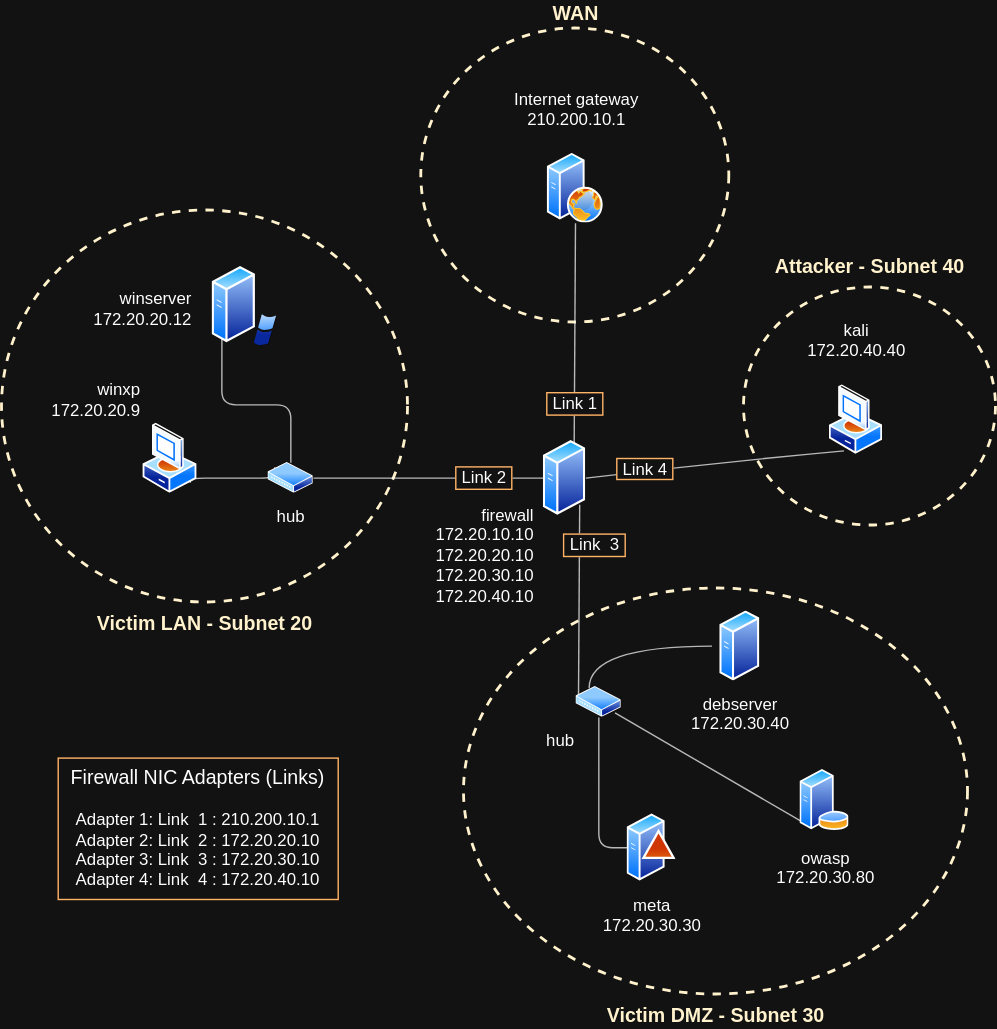
Before: Illustrations/CyberLab Overview Dark.drawio.svg, a diagram exported from draw.io (TryHackMeNow/CyberLab). Source tidied: cells renumbered, new cells last; positions are measured from the earlier drawing's top-left corner, leaving out a move shared by most shapes.
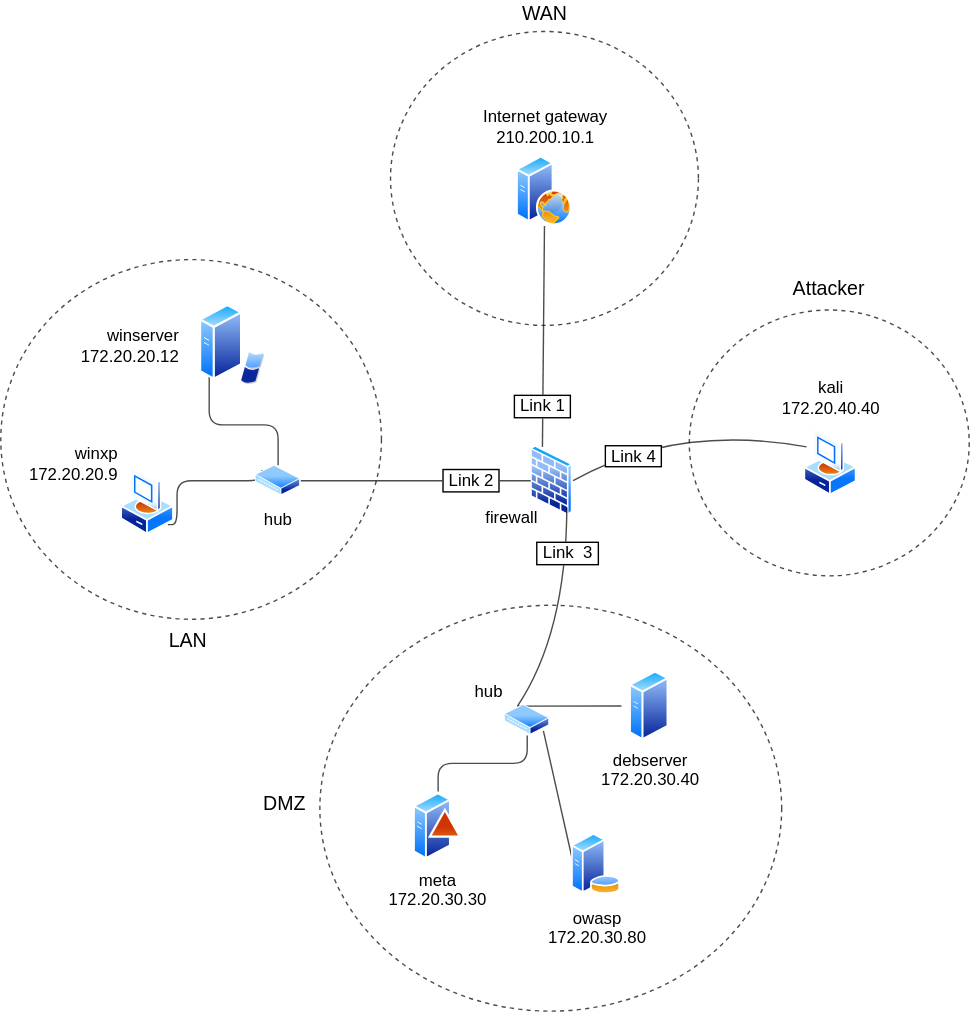
The same diagram one commit later.

Change to the diagram source:
```diff
@@ -2,90 +2,92 @@
   <root>
     <mxCell id="0" />
     <mxCell id="1" parent="0" />
-    <mxCell id="2" value="Attacker - Subnet 40" style="ellipse;whiteSpace=wrap;html=1;fillColor=none;strokeWidth=2;labelPosition=center;verticalLabelPosition=top;align=center;verticalAlign=bottom;fontSize=14;fontStyle=1;dashed=1;strokeColor=light-dark(#000000,#FFF2CC);fontColor=light-dark(#000000,#FFF2CC);spacingTop=-1;spacingBottom=4;" parent="1" vertex="1">
-      <mxGeometry x="530" y="185" width="180" height="170" as="geometry" />
+    <mxCell id="2" value="Attacker" style="ellipse;whiteSpace=wrap;html=1;fillColor=none;strokeWidth=1;labelPosition=center;verticalLabelPosition=top;align=center;verticalAlign=bottom;fontSize=14;fontStyle=0;dashed=1;strokeColor=light-dark(#000000,#FFF2CC);fontColor=light-dark(#000000,#FFF2CC);spacingTop=-1;spacingBottom=4;opacity=70;" parent="1" vertex="1">
+      <mxGeometry x="580" y="199" width="200" height="190" as="geometry" />
     </mxCell>
-    <mxCell id="3" value="WAN" style="ellipse;whiteSpace=wrap;html=1;fillColor=none;strokeWidth=2;labelPosition=center;verticalLabelPosition=top;align=center;verticalAlign=bottom;fontSize=14;fontStyle=1;dashed=1;strokeColor=light-dark(#000000,#FFF2CC);fontColor=light-dark(#000000,#FFF2CC);" parent="1" vertex="1">
-      <mxGeometry x="299.5" width="220" height="210" as="geometry" />
+    <mxCell id="3" value="WAN" style="ellipse;whiteSpace=wrap;html=1;fillColor=none;strokeWidth=1;labelPosition=center;verticalLabelPosition=top;align=center;verticalAlign=bottom;fontSize=14;fontStyle=0;dashed=1;strokeColor=light-dark(#000000,#FFF2CC);fontColor=light-dark(#000000,#FFF2CC);opacity=70;spacingBottom=2;" parent="1" vertex="1">
+      <mxGeometry x="366.5" width="220" height="210" as="geometry" />
     </mxCell>
-    <mxCell id="4" value="Victim DMZ - Subnet 30" style="ellipse;whiteSpace=wrap;html=1;fillColor=none;strokeWidth=2;labelPosition=center;verticalLabelPosition=bottom;align=center;verticalAlign=top;fontSize=14;fontStyle=1;dashed=1;strokeColor=light-dark(#000000,#FFF2CC);fontColor=light-dark(#000000,#FFF2CC);labelBorderColor=none;spacingTop=0;spacingBottom=7;" parent="1" vertex="1">
-      <mxGeometry x="330" y="400" width="360" height="290" as="geometry" />
+    <mxCell id="4" value="DMZ&amp;nbsp;&amp;nbsp;" style="ellipse;whiteSpace=wrap;html=1;fillColor=none;strokeWidth=1;labelPosition=left;verticalLabelPosition=middle;align=right;verticalAlign=middle;fontSize=14;fontStyle=0;dashed=1;strokeColor=light-dark(#000000,#FFF2CC);fontColor=light-dark(#000000,#FFF2CC);labelBorderColor=none;spacingTop=0;spacingBottom=7;spacing=2;opacity=70;" parent="1" vertex="1">
+      <mxGeometry x="316" y="410" width="330" height="290" as="geometry" />
     </mxCell>
-    <mxCell id="5" value="Victim LAN - Subnet 20" style="ellipse;whiteSpace=wrap;html=1;fillColor=none;strokeWidth=2;labelPosition=center;verticalLabelPosition=bottom;align=center;verticalAlign=top;fontSize=14;fontStyle=1;dashed=1;strokeColor=light-dark(#000000,#FFF2CC);fontColor=light-dark(#000000,#FFF2CC);" parent="1" vertex="1">
-      <mxGeometry y="130" width="290" height="280" as="geometry" />
+    <mxCell id="5" value="LAN&amp;nbsp;" style="ellipse;whiteSpace=wrap;html=1;fillColor=none;strokeWidth=1;labelPosition=center;verticalLabelPosition=bottom;align=center;verticalAlign=top;fontSize=14;fontStyle=0;dashed=1;strokeColor=light-dark(#000000,#FFF2CC);fontColor=light-dark(#000000,#FFF2CC);opacity=70;" parent="1" vertex="1">
+      <mxGeometry x="88" y="163" width="272" height="257" as="geometry" />
     </mxCell>
-    <mxCell id="6" value="Internet gateway&lt;div&gt;210.200.10.1&lt;br&gt;&lt;br&gt;&lt;/div&gt;" style="html=1;align=center;shadow=0;dashed=0;spacingTop=3;image=img/lib/active_directory/web_server.svg;labelPosition=center;verticalLabelPosition=top;verticalAlign=bottom;labelBackgroundColor=none;fontColor=light-dark(#000000,#FFFFFF);fontSize=12;shape=image;perimeter=ellipsePerimeter;" parent="1" vertex="1">
-      <mxGeometry x="370" y="89.2" width="79" height="49.8" as="geometry" />
+    <mxCell id="6" value="Internet gateway&lt;div&gt;210.200.10.1&lt;br&gt;&lt;/div&gt;" style="html=1;align=center;shadow=0;dashed=0;spacingTop=0;image=img/lib/active_directory/web_server.svg;labelPosition=center;verticalLabelPosition=top;verticalAlign=bottom;labelBackgroundColor=none;fontColor=light-dark(#000000,#FFFFFF);fontSize=12;shape=image;perimeter=ellipsePerimeter;spacingBottom=4;" parent="1" vertex="1">
+      <mxGeometry x="437" y="89.2" width="79" height="49.8" as="geometry" />
     </mxCell>
-    <mxCell id="7" value="&amp;nbsp;Link 1&amp;nbsp;" style="rounded=0;jettySize=auto;html=1;exitX=0.75;exitY=0;exitDx=0;exitDy=0;endArrow=none;endFill=0;curved=1;opacity=70;fontSize=12;labelBorderColor=light-dark(#000000,#FFB366);spacingLeft=-1;sourcePerimeterSpacing=0;startSize=6;spacingTop=100;entryX=0.5;entryY=1;entryDx=0;entryDy=0;" parent="1" edge="1" source="8" target="6">
+    <mxCell id="7" value="&lt;span&gt;&amp;nbsp;Link 1&amp;nbsp;&lt;/span&gt;" style="rounded=0;jettySize=auto;html=1;exitX=0.25;exitY=0;exitDx=0;exitDy=0;endArrow=none;endFill=0;curved=1;opacity=70;fontSize=12;labelBorderColor=light-dark(#000000,#FFB366);spacingLeft=-1;sourcePerimeterSpacing=0;startSize=6;spacingTop=100;entryX=0.5;entryY=1;entryDx=0;entryDy=0;" parent="1" edge="1" source="8" target="6">
       <mxGeometry relative="1" as="geometry" />
     </mxCell>
-    <mxCell id="8" value="firewall&lt;div&gt;172.20.10.10&lt;br&gt;172.20.20.10&lt;br&gt;172.20.30.10&lt;br&gt;172.20.40.10&lt;/div&gt;" style="image;perimeter=ellipsePerimeter;html=1;align=right;shadow=0;dashed=0;spacingTop=-10;image=img/lib/active_directory/generic_server.svg;fontSize=12;labelPosition=left;verticalLabelPosition=bottom;verticalAlign=top;spacingLeft=0;spacingRight=10;spacingBottom=0;spacing=-2;" parent="1" vertex="1">
-      <mxGeometry x="386.7" y="294" width="30.2" height="54" as="geometry" />
+    <mxCell id="8" value="firewall" style="html=1;align=right;shadow=0;dashed=0;spacingTop=-12;image=img/lib/active_directory/firewall.svg;fontSize=12;labelPosition=left;verticalLabelPosition=bottom;verticalAlign=top;spacingLeft=0;spacingRight=-4;spacingBottom=0;spacing=0;labelBackgroundColor=default;shape=image;perimeter=ellipsePerimeter;" parent="1" vertex="1">
+      <mxGeometry x="466.7" y="294" width="30.2" height="54" as="geometry" />
     </mxCell>
     <mxCell id="9" style="edgeStyle=orthogonalEdgeStyle;rounded=0;jettySize=auto;html=1;exitX=0;exitY=0.5;exitDx=0;exitDy=0;entryX=0.25;entryY=0;entryDx=0;entryDy=0;endArrow=none;endFill=0;curved=1;opacity=70;" parent="1" edge="1" source="10" target="22">
       <mxGeometry relative="1" as="geometry" />
     </mxCell>
-    <mxCell id="10" value="debserver&lt;div&gt;172.20.30.40&lt;/div&gt;" style="html=1;align=center;shadow=0;dashed=0;spacingTop=3;image=img/lib/active_directory/generic_server.svg;shape=image;labelBackgroundColor=default;verticalAlign=top;verticalLabelPosition=bottom;perimeter=ellipsePerimeter;" parent="1" vertex="1">
-      <mxGeometry x="507" y="416" width="40" height="50" as="geometry" />
+    <mxCell id="10" value="debserver&lt;div&gt;172.20.30.40&lt;/div&gt;" style="html=1;align=center;shadow=0;dashed=0;spacingTop=0;image=img/lib/active_directory/generic_server.svg;shape=image;labelBackgroundColor=none;verticalAlign=top;verticalLabelPosition=bottom;perimeter=ellipsePerimeter;" parent="1" vertex="1">
+      <mxGeometry x="531.5" y="457" width="40" height="50" as="geometry" />
     </mxCell>
     <mxCell id="11" style="rounded=0;jettySize=auto;html=1;exitX=0;exitY=1;exitDx=0;exitDy=0;entryX=1;entryY=1;entryDx=0;entryDy=0;endArrow=none;endFill=0;opacity=70;" parent="1" edge="1" source="12" target="22">
       <mxGeometry relative="1" as="geometry" />
     </mxCell>
-    <mxCell id="12" value="owasp&lt;div&gt;172.20.30.80&lt;/div&gt;" style="html=1;align=center;shadow=0;dashed=0;spacingTop=3;image=img/lib/active_directory/database_server.svg;shape=image;labelBackgroundColor=default;verticalAlign=top;verticalLabelPosition=bottom;perimeter=ellipsePerimeter;" parent="1" vertex="1">
-      <mxGeometry x="570" y="526" width="35" height="50" as="geometry" />
+    <mxCell id="12" value="owasp&lt;div&gt;172.20.30.80&lt;/div&gt;" style="html=1;align=center;shadow=0;dashed=0;spacingTop=0;image=img/lib/active_directory/database_server.svg;shape=image;labelBackgroundColor=none;verticalAlign=top;verticalLabelPosition=bottom;perimeter=ellipsePerimeter;" parent="1" vertex="1">
+      <mxGeometry x="496" y="570" width="35" height="50" as="geometry" />
     </mxCell>
-    <mxCell id="13" style="edgeStyle=orthogonalEdgeStyle;rounded=1;jettySize=auto;html=1;exitX=0;exitY=0.5;exitDx=0;exitDy=0;entryX=0.5;entryY=1;entryDx=0;entryDy=0;endArrow=none;endFill=0;curved=0;opacity=70;" parent="1" edge="1" source="14" target="22">
+    <mxCell id="13" style="edgeStyle=orthogonalEdgeStyle;rounded=1;jettySize=auto;html=1;exitX=0.5;exitY=0;exitDx=0;exitDy=0;entryX=0.5;entryY=1;entryDx=0;entryDy=0;endArrow=none;endFill=0;curved=0;opacity=70;" parent="1" edge="1" source="14" target="22">
       <mxGeometry relative="1" as="geometry" />
     </mxCell>
-    <mxCell id="14" value="meta&lt;div&gt;172.20.30.30&lt;/div&gt;" style="html=1;align=center;shadow=0;dashed=0;spacingTop=3;image=img/lib/active_directory/domain_controller.svg;shape=image;labelBackgroundColor=default;verticalAlign=top;verticalLabelPosition=bottom;perimeter=ellipsePerimeter;" parent="1" vertex="1">
-      <mxGeometry x="446.5" y="560" width="35" height="50" as="geometry" />
+    <mxCell id="14" value="meta&lt;div&gt;172.20.30.30&lt;/div&gt;" style="html=1;align=center;shadow=0;dashed=0;spacingTop=0;image=img/lib/active_directory/domain_controller.svg;shape=image;labelBackgroundColor=none;verticalAlign=top;verticalLabelPosition=bottom;perimeter=ellipsePerimeter;" parent="1" vertex="1">
+      <mxGeometry x="383" y="543" width="35" height="50" as="geometry" />
     </mxCell>
     <mxCell id="15" style="edgeStyle=orthogonalEdgeStyle;rounded=1;jettySize=auto;html=1;exitX=1;exitY=1;exitDx=0;exitDy=0;entryX=0;entryY=0;entryDx=0;entryDy=0;curved=0;endArrow=none;endFill=0;opacity=70;" parent="1" edge="1" source="16" target="23">
       <mxGeometry relative="1" as="geometry">
         <Array as="points">
-          <mxPoint x="134" y="321" />
-          <mxPoint x="195" y="321" />
+          <mxPoint x="214" y="321" />
+          <mxPoint x="275" y="321" />
         </Array>
       </mxGeometry>
     </mxCell>
-    <mxCell id="16" value="winxp&lt;div&gt;172.20.20.9&lt;/div&gt;" style="html=1;align=right;shadow=0;dashed=0;spacingTop=3;image=img/lib/active_directory/vista_client.svg;shape=image;labelBackgroundColor=default;verticalAlign=bottom;verticalLabelPosition=top;perimeter=ellipsePerimeter;labelPosition=left;" parent="1" vertex="1">
-      <mxGeometry x="100" y="282" width="40" height="50" as="geometry" />
+    <mxCell id="16" value="winxp&lt;div&gt;172.20.20.9&lt;/div&gt;" style="html=1;align=right;shadow=0;dashed=0;spacingTop=0;image=img/lib/active_directory/vista_client.svg;shape=image;labelBackgroundColor=none;verticalAlign=bottom;verticalLabelPosition=top;perimeter=ellipsePerimeter;labelPosition=left;spacingBottom=-16;" parent="1" vertex="1">
+      <mxGeometry x="173" y="310" width="40" height="50" as="geometry" />
     </mxCell>
     <mxCell id="17" style="edgeStyle=orthogonalEdgeStyle;rounded=1;jettySize=auto;html=1;exitX=0;exitY=1;exitDx=0;exitDy=0;entryX=0.5;entryY=0;entryDx=0;entryDy=0;endArrow=none;endFill=0;curved=0;opacity=70;" parent="1" edge="1" source="18" target="23">
       <mxGeometry relative="1" as="geometry" />
     </mxCell>
-    <mxCell id="18" value="winserver&amp;nbsp; &amp;nbsp;&amp;nbsp;&lt;div&gt;172.20.20.12&amp;nbsp; &amp;nbsp;&amp;nbsp;&lt;/div&gt;" style="html=1;align=right;shadow=0;dashed=0;spacingTop=3;image=img/lib/active_directory/windows_server_2.svg;shape=image;labelBackgroundColor=default;verticalAlign=middle;verticalLabelPosition=middle;perimeter=ellipsePerimeter;labelPosition=left;" parent="1" vertex="1">
-      <mxGeometry x="150" y="170" width="47" height="57.3" as="geometry" />
+    <mxCell id="18" value="winserver&amp;nbsp; &amp;nbsp;&amp;nbsp;&lt;div&gt;172.20.20.12&amp;nbsp; &amp;nbsp;&amp;nbsp;&lt;/div&gt;" style="html=1;align=right;shadow=0;dashed=0;spacingTop=3;image=img/lib/active_directory/windows_server_2.svg;shape=image;labelBackgroundColor=none;verticalAlign=middle;verticalLabelPosition=middle;perimeter=ellipsePerimeter;labelPosition=left;" parent="1" vertex="1">
+      <mxGeometry x="230" y="195" width="47" height="57.3" as="geometry" />
     </mxCell>
-    <mxCell id="19" value="&amp;nbsp;Link 4&amp;nbsp;" style="rounded=0;jettySize=auto;html=1;entryX=1;entryY=0.5;entryDx=0;entryDy=0;endArrow=none;endFill=0;opacity=70;curved=1;exitX=0.25;exitY=1;exitDx=0;exitDy=0;fontSize=12;labelPosition=center;verticalLabelPosition=top;align=center;verticalAlign=bottom;labelBorderColor=light-dark(#000000,#FFB366);textShadow=0;sourcePerimeterSpacing=0;spacingTop=0;spacingLeft=-100;spacingBottom=-15;" parent="1" edge="1" source="20" target="8">
+    <mxCell id="19" value="&amp;nbsp;Link 4&amp;nbsp;" style="rounded=0;jettySize=auto;html=1;entryX=1;entryY=0.5;entryDx=0;entryDy=0;endArrow=none;endFill=0;opacity=70;exitX=0;exitY=0.25;exitDx=0;exitDy=0;fontSize=12;labelPosition=center;verticalLabelPosition=top;align=center;verticalAlign=bottom;labelBorderColor=light-dark(#000000,#FFB366);textShadow=0;sourcePerimeterSpacing=0;spacingTop=0;spacingLeft=-72;spacingBottom=-33;labelBackgroundColor=default;curved=1;" parent="1" edge="1" source="20">
       <mxGeometry relative="1" as="geometry">
+        <mxPoint x="496.9" y="321" as="targetPoint" />
         <Array as="points">
-          <mxPoint x="510" y="310" />
+          <mxPoint x="570" y="280" />
         </Array>
       </mxGeometry>
     </mxCell>
-    <mxCell id="20" value="kali&lt;div&gt;172.20.40.40&lt;br&gt;&lt;br&gt;&lt;/div&gt;" style="image;perimeter=ellipsePerimeter;html=1;align=center;shadow=0;dashed=0;spacingTop=3;image=img/lib/active_directory/vista_client.svg;labelPosition=center;verticalLabelPosition=top;verticalAlign=bottom;" parent="1" vertex="1">
-      <mxGeometry x="591" y="254.3" width="38" height="50" as="geometry" />
+    <mxCell id="20" value="kali&lt;div&gt;172.20.40.40&lt;br&gt;&lt;/div&gt;" style="image;perimeter=ellipsePerimeter;html=1;align=center;shadow=0;dashed=0;spacingTop=0;image=img/lib/active_directory/vista_client.svg;labelPosition=center;verticalLabelPosition=top;verticalAlign=bottom;labelBackgroundColor=none;spacingBottom=3;" parent="1" vertex="1">
+      <mxGeometry x="662" y="282.3" width="38" height="50" as="geometry" />
     </mxCell>
-    <mxCell id="21" value="&amp;nbsp;Link&amp;nbsp; 3&amp;nbsp;" style="rounded=1;jettySize=auto;html=1;exitX=0;exitY=0.25;exitDx=0;exitDy=0;endArrow=none;endFill=0;opacity=70;entryX=1;entryY=1;entryDx=0;entryDy=0;fontSize=12;labelBorderColor=light-dark(#000000,#FFB366);spacingLeft=21;spacingBottom=77;" parent="1" edge="1" source="22" target="8">
-      <mxGeometry relative="1" as="geometry" />
+    <mxCell id="21" value="&amp;nbsp;Link&amp;nbsp; 3&amp;nbsp;" style="rounded=0;jettySize=auto;html=1;exitX=0.25;exitY=0;exitDx=0;exitDy=0;endArrow=none;endFill=0;opacity=70;entryX=1;entryY=1;entryDx=0;entryDy=0;fontSize=12;labelBorderColor=light-dark(#000000,#FFB366);spacingLeft=2;spacingBottom=86;curved=1;" parent="1" edge="1" source="22" target="8">
+      <mxGeometry relative="1" as="geometry">
+        <Array as="points">
+          <mxPoint x="492" y="430" />
+        </Array>
+      </mxGeometry>
     </mxCell>
-    <mxCell id="22" value="hub" style="image;perimeter=ellipsePerimeter;html=1;align=right;shadow=0;dashed=0;spacingTop=3;image=img/lib/active_directory/wiring_hub.svg;labelPosition=left;verticalLabelPosition=bottom;verticalAlign=top;" parent="1" vertex="1">
-      <mxGeometry x="410" y="470" width="32.4" height="22" as="geometry" />
+    <mxCell id="22" value="hub" style="image;perimeter=ellipsePerimeter;html=1;align=right;shadow=0;dashed=0;spacingTop=3;image=img/lib/active_directory/wiring_hub.svg;labelPosition=left;verticalLabelPosition=top;verticalAlign=bottom;" parent="1" vertex="1">
+      <mxGeometry x="448" y="481" width="32.4" height="22" as="geometry" />
     </mxCell>
     <mxCell id="23" value="hub" style="image;perimeter=ellipsePerimeter;html=1;align=center;shadow=0;dashed=0;spacingTop=3;image=img/lib/active_directory/wiring_hub.svg;" parent="1" vertex="1">
-      <mxGeometry x="190" y="310" width="32.4" height="22" as="geometry" />
+      <mxGeometry x="270" y="310" width="32.4" height="22" as="geometry" />
     </mxCell>
-    <mxCell id="24" value="&amp;nbsp;Link 2&amp;nbsp;" style="edgeStyle=orthogonalEdgeStyle;rounded=0;jettySize=auto;html=1;exitX=1;exitY=0.5;exitDx=0;exitDy=0;endArrow=none;endFill=0;entryX=0;entryY=0.5;entryDx=0;entryDy=0;opacity=70;fontSize=12;labelBorderColor=light-dark(#000000,#FFB366);spacingLeft=80;" parent="1" edge="1" source="23" target="8">
+    <mxCell id="24" value="&amp;nbsp;Link 2&amp;nbsp;" style="edgeStyle=orthogonalEdgeStyle;rounded=0;jettySize=auto;html=1;exitX=1;exitY=0.5;exitDx=0;exitDy=0;endArrow=none;endFill=0;entryX=0;entryY=0.5;entryDx=0;entryDy=0;opacity=70;fontSize=12;labelBorderColor=light-dark(#000000,#FFB366);spacingLeft=79;" parent="1" edge="1" source="23" target="8">
       <mxGeometry relative="1" as="geometry" />
     </mxCell>
     <mxCell id="25" style="edgeStyle=orthogonalEdgeStyle;rounded=0;orthogonalLoop=1;jettySize=auto;html=1;exitX=0.5;exitY=1;exitDx=0;exitDy=0;" parent="1" edge="1" source="3" target="3">
       <mxGeometry relative="1" as="geometry" />
     </mxCell>
-    <mxCell id="26" value="&lt;font style=&quot;font-size: 14px;&quot;&gt;Firewall NIC Adapters (Links)&lt;/font&gt;&lt;br&gt;&lt;div&gt;&lt;br&gt;&lt;/div&gt;&lt;div&gt;Adapter 1: Link&amp;nbsp; 1 : 210.200.10.1&lt;br&gt;Adapter 2: Link&amp;nbsp; 2 : 172.20.20.10&lt;/div&gt;&lt;div&gt;Adapter 3: Link&amp;nbsp; 3 : 172.20.30.10&lt;br&gt;Adapter 4: Link&amp;nbsp; 4 : 172.20.40.10&lt;/div&gt;" style="text;html=1;whiteSpace=wrap;strokeColor=light-dark(#000000,#FFB366);fillColor=none;align=center;verticalAlign=middle;rounded=0;labelPosition=center;verticalLabelPosition=middle;perimeterSpacing=2;labelBorderColor=none;" parent="1" vertex="1">
-      <mxGeometry x="40" y="521" width="200" height="101" as="geometry" />
-    </mxCell>
     <mxCell id="27" style="edgeStyle=orthogonalEdgeStyle;rounded=0;orthogonalLoop=1;jettySize=auto;html=1;exitX=0.5;exitY=1;exitDx=0;exitDy=0;" parent="1" edge="1" source="4" target="4">
       <mxGeometry relative="1" as="geometry" />
     </mxCell>
```
